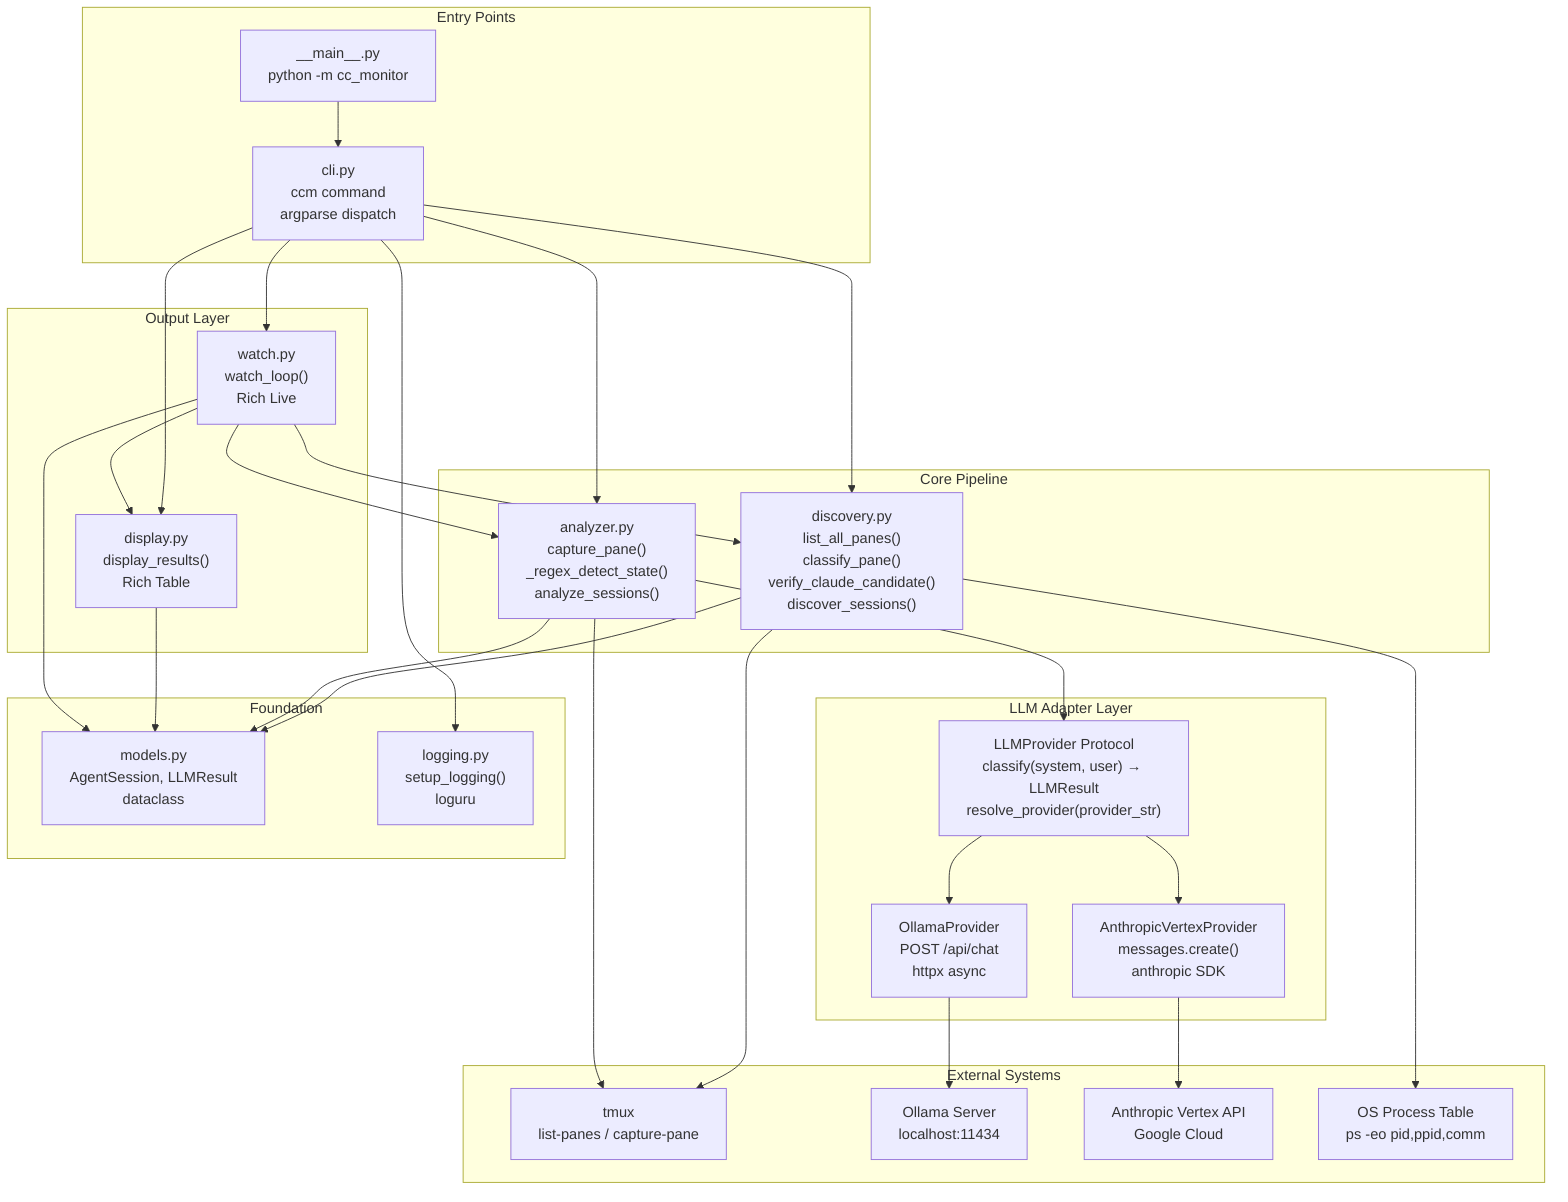
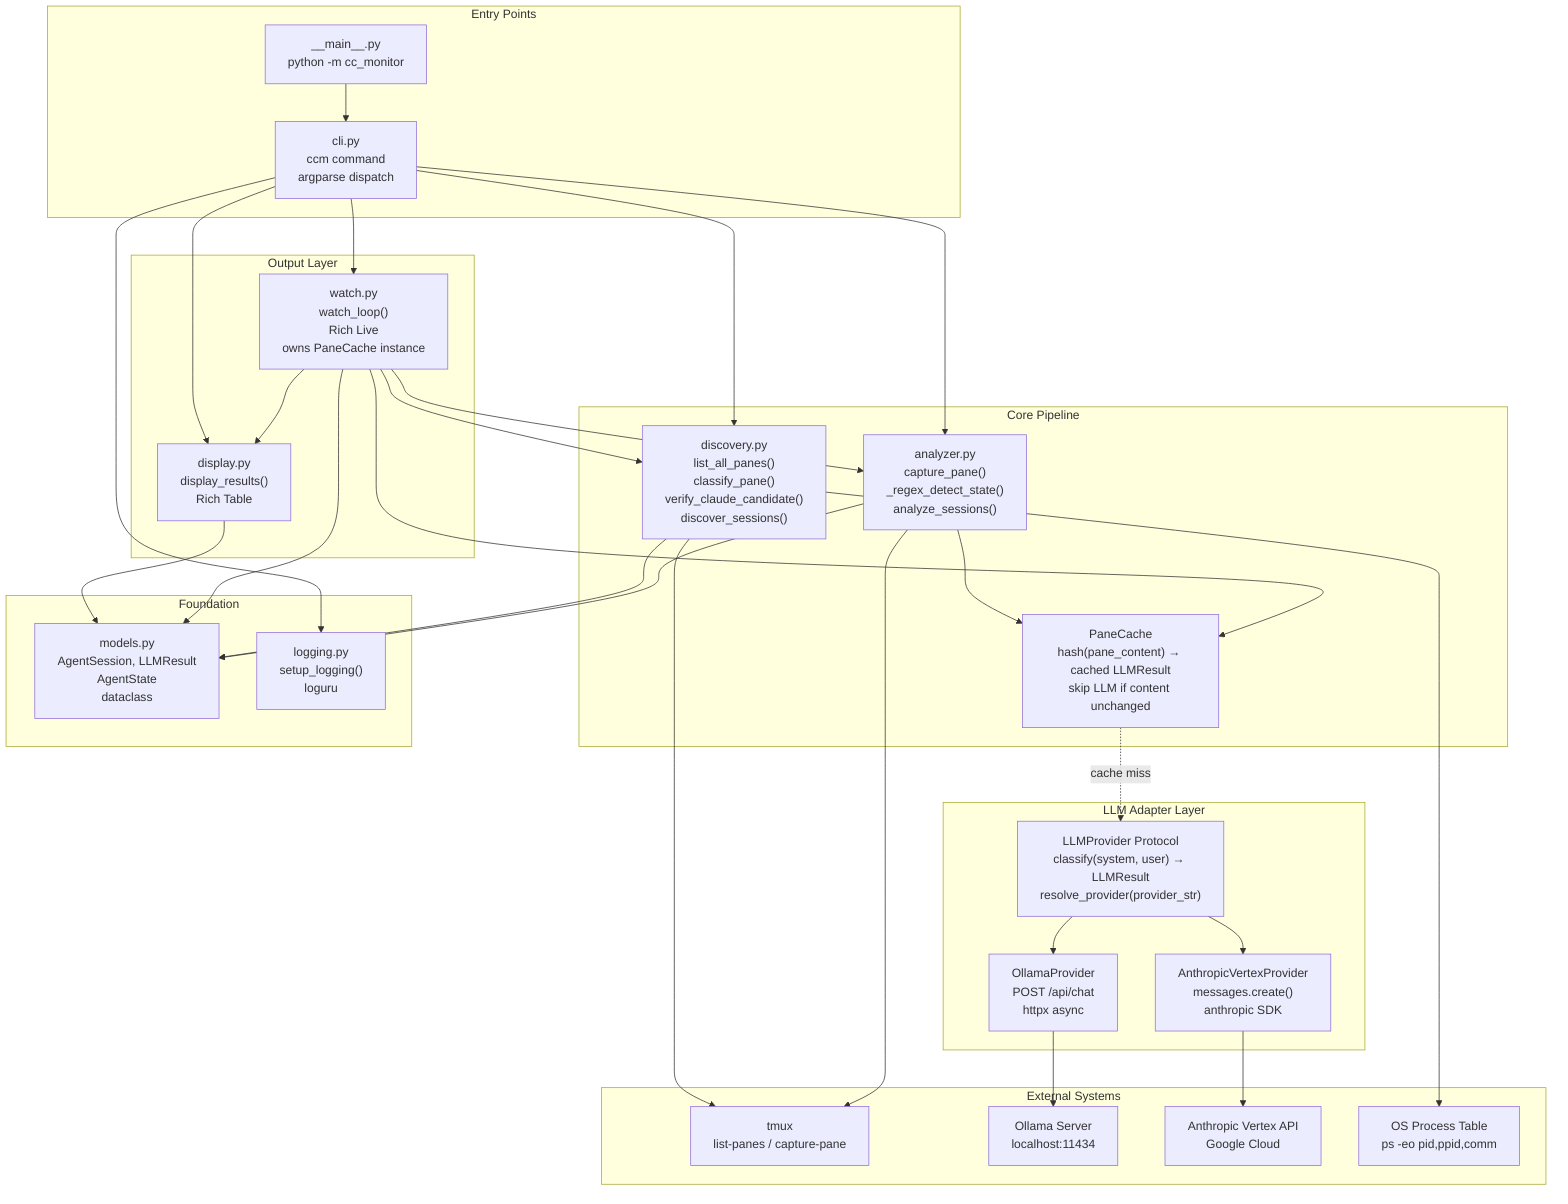
%% Architecture Overview — cc-monitor (ccm)
%% Module dependency graph with data flow direction
- %% Includes LLM provider abstraction (Protocol-based)
+ %% Includes LLM provider abstraction and pane content cache

graph TD
    subgraph "Entry Points"
        MAIN["__main__.py<br/>python -m cc_monitor"]
        CLI["cli.py<br/>ccm command<br/>argparse dispatch"]
    end

    subgraph "Core Pipeline"
        DISC["discovery.py<br/>list_all_panes()<br/>classify_pane()<br/>verify_claude_candidate()<br/>discover_sessions()"]
        ANLZ["analyzer.py<br/>capture_pane()<br/>_regex_detect_state()<br/>analyze_sessions()"]
+         CACHE["PaneCache<br/>hash(pane_content) → cached LLMResult<br/>skip LLM if content unchanged"]
    end

    subgraph "LLM Adapter Layer"
        PROTO["LLMProvider Protocol<br/>classify(system, user) → LLMResult<br/>resolve_provider(provider_str)"]
        OLLAMA["OllamaProvider<br/>POST /api/chat<br/>httpx async"]
        VERTEX["AnthropicVertexProvider<br/>messages.create()<br/>anthropic SDK"]
    end

    subgraph "Output Layer"
        DISP["display.py<br/>display_results()<br/>Rich Table"]
-         WATCH["watch.py<br/>watch_loop()<br/>Rich Live"]
+         WATCH["watch.py<br/>watch_loop()<br/>Rich Live<br/>owns PaneCache instance"]
    end

    subgraph "Foundation"
-         MODEL["models.py<br/>AgentSession, LLMResult<br/>dataclass"]
+         MODEL["models.py<br/>AgentSession, LLMResult<br/>AgentState<br/>dataclass"]
        LOG["logging.py<br/>setup_logging()<br/>loguru"]
    end

    subgraph "External Systems"
        TMUX["tmux<br/>list-panes / capture-pane"]
        OLLAMA_SVC["Ollama Server<br/>localhost:11434"]
        VERTEX_SVC["Anthropic Vertex API<br/>Google Cloud"]
        PS["OS Process Table<br/>ps -eo pid,ppid,comm"]
    end

    MAIN --> CLI
    CLI --> DISC
    CLI --> ANLZ
    CLI --> DISP
    CLI --> WATCH
    CLI --> LOG

    DISC --> MODEL
    DISC --> TMUX
    DISC --> PS
    ANLZ --> MODEL
    ANLZ --> TMUX
-     ANLZ --> PROTO
+     ANLZ --> CACHE
+     CACHE -.->|cache miss| PROTO
    PROTO --> OLLAMA
    PROTO --> VERTEX
    OLLAMA --> OLLAMA_SVC
    VERTEX --> VERTEX_SVC
    DISP --> MODEL
    WATCH --> MODEL
    WATCH --> DISC
    WATCH --> ANLZ
+     WATCH --> CACHE
    WATCH --> DISP
